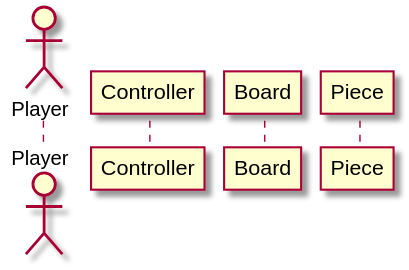
This is docs/resources/mainSequence.svg from blahs15/chess, a PlantUML export, as it was before one commit. Its diagram source:
```plantuml
@startuml mainSequence
actor Player
participant Controller
participant Board
participant Piece
@enduml
```
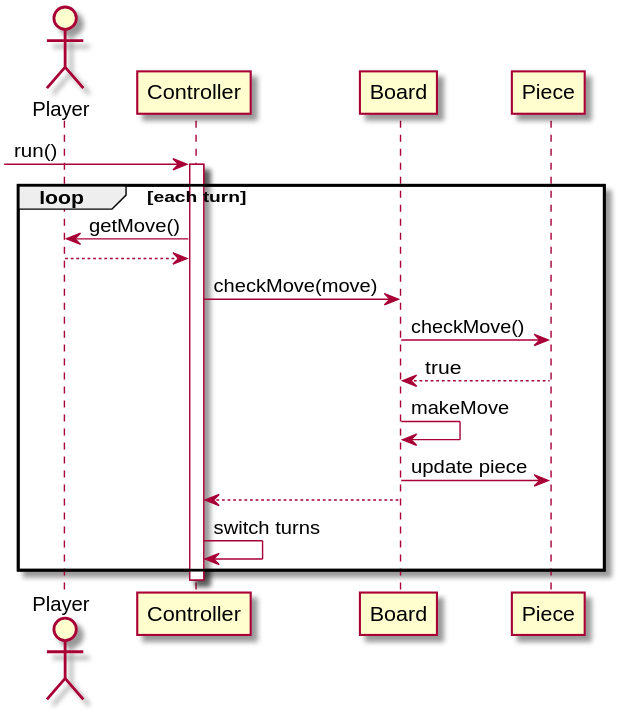
After the change.

Commit message:
update seq diagram

What changed in the source:
```diff
@@ -1,6 +1,26 @@
 @startuml mainSequence
-actor Player
-participant Controller
-participant Board
-participant Piece
+actor player as "Player"
+participant controller as "Controller"
+participant board as "Board"
+participant piece as "Piece"
+
+-> controller : run()
+activate controller
+
+loop each turn
+  controller -> player : getMove()
+  controller <-- player
+  controller -> board : checkMove(move)
+
+  board -> piece : checkMove()
+  board <-- piece : true
+  board -> board : makeMove
+  board -> piece : update piece
+
+  controller <-- board
+
+  controller -> controller : switch turns
+end
+
+deactivate controller
 @enduml
```
